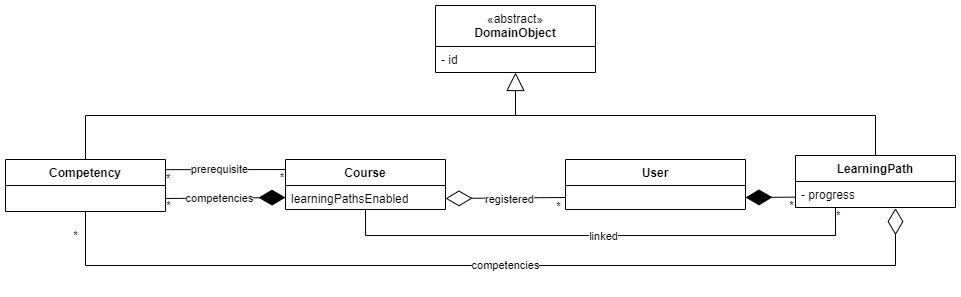
Above: figures/LearningPathObjectModel.png in MaximilianAnzinger/MastersThesis (draw.io), before the change. Source tidied: cells renumbered, new cells last; positions are measured from the earlier drawing's top-left corner, leaving out a move shared by most shapes. Its diagram source:
```xml
<mxGraphModel>
  <root>
    <mxCell id="0" />
    <mxCell id="1" parent="0" />
    <mxCell id="2" value="Competency" style="swimlane;fontStyle=1;align=center;verticalAlign=top;horizontal=1;startSize=26;whiteSpace=wrap;html=1;fontColor=#000000;" parent="1" vertex="1">
      <mxGeometry y="154" width="160" height="52" as="geometry" />
    </mxCell>
    <mxCell id="3" value="Course" style="swimlane;fontStyle=1;align=center;verticalAlign=top;horizontal=1;startSize=26;whiteSpace=wrap;html=1;fontColor=#000000;" parent="1" vertex="1">
      <mxGeometry x="280" y="154" width="160" height="50" as="geometry" />
    </mxCell>
    <mxCell id="4" value="learningPathsEnabled" style="text;strokeColor=none;fillColor=none;align=left;verticalAlign=top;spacingLeft=4;spacingRight=4;overflow=hidden;points=[[0,0.5],[1,0.5]];portConstraint=eastwest;whiteSpace=wrap;html=1;fontColor=#000000;" parent="3" vertex="1">
      <mxGeometry y="26" width="160" height="24" as="geometry" />
    </mxCell>
    <mxCell id="5" style="endArrow=diamondThin;endFill=0;endSize=24;html=1;rounded=0;entryX=1;entryY=0.5;entryDx=0;entryDy=0;exitX=0;exitY=0.5;exitDx=0;exitDy=0;fontColor=#000000;" parent="1" edge="1">
      <mxGeometry relative="1" as="geometry">
        <mxPoint x="560" y="192" as="sourcePoint" />
        <mxPoint x="440" y="193" as="targetPoint" />
      </mxGeometry>
    </mxCell>
    <mxCell id="6" value="registered" style="edgeLabel;html=1;align=center;verticalAlign=middle;fontColor=#000000;" parent="5" vertex="1">
      <mxGeometry x="-0.06" y="1" relative="1" as="geometry" />
    </mxCell>
    <mxCell id="7" value="*" style="edgeLabel;html=1;align=center;verticalAlign=middle;fontColor=#000000;" parent="5" vertex="1">
      <mxGeometry x="-0.88" y="1" relative="1" as="geometry">
        <mxPoint y="8" as="offset" />
      </mxGeometry>
    </mxCell>
    <mxCell id="8" style="endArrow=diamondThin;endFill=1;endSize=24;html=1;rounded=0;entryX=0;entryY=0.5;entryDx=0;entryDy=0;exitX=1;exitY=0.75;exitDx=0;exitDy=0;fontColor=#000000;" parent="1" edge="1" source="2" target="4">
      <mxGeometry relative="1" as="geometry" />
    </mxCell>
    <mxCell id="9" value="competencies" style="edgeLabel;html=1;align=center;verticalAlign=middle;fontColor=#000000;" parent="8" vertex="1">
      <mxGeometry x="-0.1" relative="1" as="geometry" />
    </mxCell>
    <mxCell id="10" value="*" style="edgeLabel;html=1;align=center;verticalAlign=middle;fontColor=#000000;" parent="8" vertex="1">
      <mxGeometry x="-0.85" y="1" relative="1" as="geometry">
        <mxPoint x="-6" y="8" as="offset" />
      </mxGeometry>
    </mxCell>
    <mxCell id="11" style="endArrow=none;html=1;edgeStyle=orthogonalEdgeStyle;rounded=0;exitX=1.003;exitY=0.2;exitDx=0;exitDy=0;exitPerimeter=0;entryX=-0.003;entryY=0.397;entryDx=0;entryDy=0;entryPerimeter=0;fontColor=#000000;" parent="1" edge="1">
      <mxGeometry relative="1" as="geometry">
        <mxPoint x="160" y="164.1" as="sourcePoint" />
        <mxPoint x="279.5" y="164" as="targetPoint" />
        <Array as="points">
          <mxPoint x="280" y="164.1" />
        </Array>
      </mxGeometry>
    </mxCell>
    <mxCell id="12" value="*" style="edgeLabel;html=1;align=left;verticalAlign=bottom;fontColor=#000000;" parent="11" vertex="1">
      <mxGeometry x="-1" relative="1" as="geometry">
        <mxPoint x="-1" y="17" as="offset" />
      </mxGeometry>
    </mxCell>
    <mxCell id="13" value="*" style="edgeLabel;html=1;align=right;verticalAlign=bottom;fontColor=#000000;" parent="11" vertex="1">
      <mxGeometry x="1" relative="1" as="geometry">
        <mxPoint y="16" as="offset" />
      </mxGeometry>
    </mxCell>
    <mxCell id="14" value="prerequisite" style="edgeLabel;html=1;align=center;verticalAlign=middle;fontColor=#000000;" parent="11" vertex="1">
      <mxGeometry x="-0.1" relative="1" as="geometry" />
    </mxCell>
    <mxCell id="15" value="User" style="swimlane;fontStyle=1;align=center;verticalAlign=top;horizontal=1;startSize=26;whiteSpace=wrap;html=1;fontColor=#000000;" parent="1" vertex="1">
      <mxGeometry x="560" y="154" width="180" height="50" as="geometry" />
    </mxCell>
    <mxCell id="16" value="LearningPath" style="swimlane;fontStyle=1;align=center;verticalAlign=top;horizontal=1;startSize=26;whiteSpace=wrap;html=1;fillColor=#FFFFFF;strokeColor=#000000;fontColor=#000000;" parent="1" vertex="1">
      <mxGeometry x="790" y="150" width="160" height="52" as="geometry" />
    </mxCell>
    <mxCell id="17" value="- progress" style="text;strokeColor=none;fillColor=none;align=left;verticalAlign=top;spacingLeft=4;spacingRight=4;overflow=hidden;points=[[0,0.5],[1,0.5]];portConstraint=eastwest;whiteSpace=wrap;html=1;fontColor=#000000;" parent="16" vertex="1">
      <mxGeometry y="26" width="160" height="26" as="geometry" />
    </mxCell>
    <mxCell id="18" style="endArrow=diamondThin;endFill=1;endSize=24;html=1;rounded=0;exitX=-0.003;exitY=0.602;exitDx=0;exitDy=0;entryX=1;entryY=0.5;entryDx=0;entryDy=0;fillColor=#dae8fc;strokeColor=#000000;exitPerimeter=0;fontColor=#000000;" parent="1" edge="1" source="17">
      <mxGeometry relative="1" as="geometry">
        <mxPoint x="740" y="192" as="targetPoint" />
      </mxGeometry>
    </mxCell>
    <mxCell id="19" value="&lt;font&gt;*&lt;/font&gt;" style="edgeLabel;html=1;align=center;verticalAlign=middle;fontColor=#000000;" parent="18" vertex="1">
      <mxGeometry x="-0.92" y="-1" relative="1" as="geometry">
        <mxPoint x="-2" y="9" as="offset" />
      </mxGeometry>
    </mxCell>
    <mxCell id="20" style="endArrow=none;html=1;edgeStyle=orthogonalEdgeStyle;rounded=0;entryX=0.494;entryY=1;entryDx=0;entryDy=0;entryPerimeter=0;fillColor=#dae8fc;strokeColor=#000000;exitX=0.25;exitY=1;exitDx=0;exitDy=0;fontColor=#000000;" parent="1" edge="1" source="16" target="4">
      <mxGeometry relative="1" as="geometry">
        <Array as="points">
          <mxPoint x="830" y="230" />
          <mxPoint x="360" y="230" />
          <mxPoint x="360" y="204" />
        </Array>
      </mxGeometry>
    </mxCell>
    <mxCell id="21" value="&lt;font&gt;*&lt;/font&gt;" style="edgeLabel;html=1;align=left;verticalAlign=bottom;fontColor=#000000;" parent="20" vertex="1">
      <mxGeometry x="-1" relative="1" as="geometry">
        <mxPoint x="-1" y="16" as="offset" />
      </mxGeometry>
    </mxCell>
    <mxCell id="22" value="&lt;font&gt;linked&lt;/font&gt;" style="edgeLabel;html=1;align=center;verticalAlign=middle;fontColor=#000000;" parent="20" vertex="1">
      <mxGeometry x="-0.09" y="1" relative="1" as="geometry">
        <mxPoint x="-22" as="offset" />
      </mxGeometry>
    </mxCell>
    <mxCell id="23" style="endArrow=diamondThin;endFill=0;endSize=24;html=1;rounded=0;fillColor=#dae8fc;strokeColor=#000000;fontColor=#000000;exitX=0.5;exitY=1;exitDx=0;exitDy=0;entryX=0.625;entryY=1.023;entryDx=0;entryDy=0;entryPerimeter=0;" parent="1" edge="1" source="2" target="17">
      <mxGeometry relative="1" as="geometry">
        <Array as="points">
          <mxPoint x="80" y="260" />
          <mxPoint x="890" y="260" />
        </Array>
      </mxGeometry>
    </mxCell>
    <mxCell id="24" value="*" style="edgeLabel;html=1;align=center;verticalAlign=middle;fontColor=#000000;" parent="23" vertex="1">
      <mxGeometry x="-0.88" y="1" relative="1" as="geometry">
        <mxPoint x="-11" y="-29" as="offset" />
      </mxGeometry>
    </mxCell>
    <mxCell id="25" value="competencies" style="edgeLabel;html=1;align=center;verticalAlign=middle;fontColor=#000000;" parent="23" vertex="1">
      <mxGeometry x="0.03" relative="1" as="geometry" />
    </mxCell>
    <mxCell id="26" value="&lt;span style=&quot;font-weight: normal;&quot;&gt;«abstract»&lt;/span&gt;&lt;br style=&quot;border-color: var(--border-color); font-weight: 400;&quot;&gt;DomainObject" style="swimlane;fontStyle=1;align=center;verticalAlign=top;horizontal=1;startSize=41;whiteSpace=wrap;html=1;fontColor=#000000;" parent="1" vertex="1">
      <mxGeometry x="430" width="160" height="67" as="geometry" />
    </mxCell>
    <mxCell id="27" value="- id" style="text;strokeColor=none;fillColor=none;align=left;verticalAlign=top;spacingLeft=4;spacingRight=4;overflow=hidden;whiteSpace=wrap;html=1;fontColor=#000000;" parent="26" vertex="1">
      <mxGeometry y="41" width="160" height="26" as="geometry" />
    </mxCell>
    <mxCell id="28" style="endArrow=block;endSize=16;endFill=0;html=1;rounded=0;fontColor=#000000;entryX=0.5;entryY=1;entryDx=0;entryDy=0;" parent="1" edge="1" target="26">
      <mxGeometry relative="1" as="geometry">
        <mxPoint x="510" y="110" as="sourcePoint" />
      </mxGeometry>
    </mxCell>
    <mxCell id="29" style="endArrow=none;html=1;rounded=0;exitX=0.5;exitY=0;exitDx=0;exitDy=0;" parent="1" edge="1" source="2">
      <mxGeometry relative="1" as="geometry">
        <mxPoint x="80" y="110" as="targetPoint" />
      </mxGeometry>
    </mxCell>
    <mxCell id="30" style="endArrow=none;html=1;rounded=0;" parent="1" edge="1">
      <mxGeometry relative="1" as="geometry">
        <mxPoint x="80" y="110" as="sourcePoint" />
        <mxPoint x="870" y="110" as="targetPoint" />
      </mxGeometry>
    </mxCell>
    <mxCell id="31" style="endArrow=none;html=1;rounded=0;entryX=0.5;entryY=0;entryDx=0;entryDy=0;" parent="1" edge="1" target="16">
      <mxGeometry relative="1" as="geometry">
        <mxPoint x="870" y="110" as="sourcePoint" />
      </mxGeometry>
    </mxCell>
  </root>
</mxGraphModel>
```
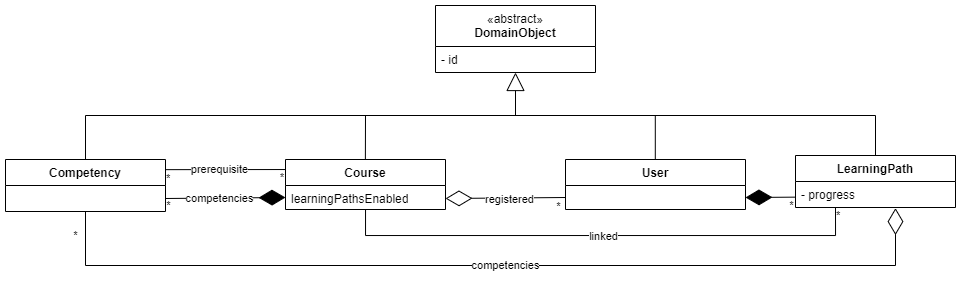
After the commit.

What changed in the source:
```diff
@@ -139,5 +139,17 @@
         <mxPoint x="870" y="110" as="sourcePoint" />
       </mxGeometry>
     </mxCell>
+    <mxCell id="32" style="endArrow=none;html=1;rounded=0;exitX=0.5;exitY=0;exitDx=0;exitDy=0;" parent="1" edge="1">
+      <mxGeometry relative="1" as="geometry">
+        <mxPoint x="359.9" y="154" as="sourcePoint" />
+        <mxPoint x="360" y="110" as="targetPoint" />
+      </mxGeometry>
+    </mxCell>
+    <mxCell id="33" style="endArrow=none;html=1;rounded=0;exitX=0.5;exitY=0;exitDx=0;exitDy=0;" parent="1" edge="1">
+      <mxGeometry relative="1" as="geometry">
+        <mxPoint x="649.8" y="154" as="sourcePoint" />
+        <mxPoint x="649.8" y="110" as="targetPoint" />
+      </mxGeometry>
+    </mxCell>
   </root>
 </mxGraphModel>
```
